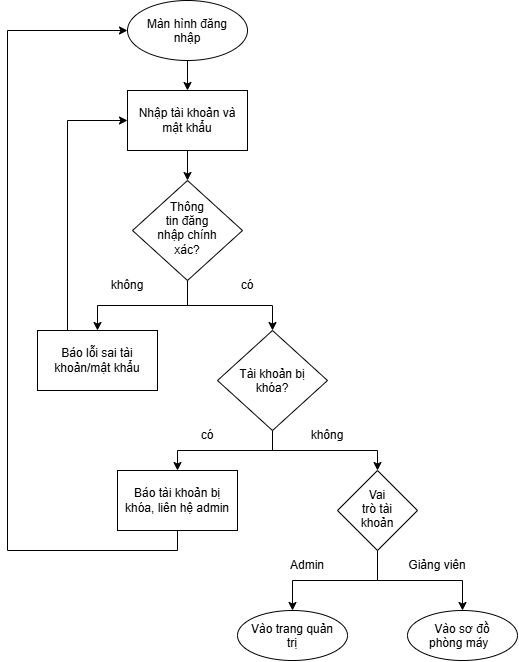
This is Chart/Workflow/wf đăng nhập.drawio.png from minhhieu25/dau-computer-lab-management, a draw.io export, as it was before one commit. Source tidied: cells renumbered, new cells last; positions are measured from the earlier drawing's top-left corner, leaving out a move shared by most shapes. Source of this version:
```xml
<mxGraphModel>
  <root>
    <mxCell id="0" />
    <mxCell id="1" parent="0" />
    <mxCell id="2" style="edgeStyle=orthogonalEdgeStyle;rounded=0;jettySize=auto;html=1;exitX=0.5;exitY=1;exitDx=0;exitDy=0;entryX=0.5;entryY=0;entryDx=0;entryDy=0;defaultLabelBackgroundColor=gap;" parent="1" edge="1" source="3" target="5">
      <mxGeometry relative="1" as="geometry" />
    </mxCell>
    <mxCell id="3" value="Màn hình đăng nhập" style="ellipse;whiteSpace=wrap;html=1;shapeInside=1;" parent="1" vertex="1">
      <mxGeometry x="120" width="120" height="60" as="geometry" />
    </mxCell>
    <mxCell id="4" style="edgeStyle=orthogonalEdgeStyle;rounded=0;jettySize=auto;html=1;exitX=0.5;exitY=1;exitDx=0;exitDy=0;entryX=0.5;entryY=0;entryDx=0;entryDy=0;defaultLabelBackgroundColor=gap;" parent="1" edge="1" source="5" target="8">
      <mxGeometry relative="1" as="geometry" />
    </mxCell>
    <mxCell id="5" value="Nhập tài khoản và mật khẩu" style="rounded=0;whiteSpace=wrap;html=1;" parent="1" vertex="1">
      <mxGeometry x="120" y="90" width="120" height="60" as="geometry" />
    </mxCell>
    <mxCell id="6" style="edgeStyle=orthogonalEdgeStyle;rounded=0;jettySize=auto;html=1;exitX=0.5;exitY=1;exitDx=0;exitDy=0;entryX=0.5;entryY=0;entryDx=0;entryDy=0;defaultLabelBackgroundColor=gap;" parent="1" edge="1" source="8" target="10">
      <mxGeometry relative="1" as="geometry" />
    </mxCell>
    <mxCell id="7" style="edgeStyle=orthogonalEdgeStyle;rounded=0;jettySize=auto;html=1;exitX=0.5;exitY=1;exitDx=0;exitDy=0;entryX=0.5;entryY=0;entryDx=0;entryDy=0;defaultLabelBackgroundColor=gap;" parent="1" edge="1" source="8" target="15">
      <mxGeometry relative="1" as="geometry" />
    </mxCell>
    <mxCell id="8" value="Thông tin đăng nhập chính xác?" style="rhombus;whiteSpace=wrap;html=1;shapeInside=1;" parent="1" vertex="1">
      <mxGeometry x="125" y="180" width="110" height="100" as="geometry" />
    </mxCell>
    <mxCell id="9" style="edgeStyle=orthogonalEdgeStyle;rounded=0;jettySize=auto;html=1;exitX=0.25;exitY=0;exitDx=0;exitDy=0;entryX=0;entryY=0.5;entryDx=0;entryDy=0;defaultLabelBackgroundColor=gap;" parent="1" edge="1" source="10" target="5">
      <mxGeometry relative="1" as="geometry" />
    </mxCell>
    <mxCell id="10" value="Báo lỗi sai tài khoản/mật khẩu" style="rounded=0;whiteSpace=wrap;html=1;" parent="1" vertex="1">
      <mxGeometry x="30" y="330" width="120" height="60" as="geometry" />
    </mxCell>
    <mxCell id="11" value="không" style="text;html=1;whiteSpace=wrap;strokeColor=none;fillColor=none;align=center;verticalAlign=middle;rounded=0;" parent="1" vertex="1">
      <mxGeometry x="90" y="270" width="60" height="30" as="geometry" />
    </mxCell>
    <mxCell id="12" value="có" style="text;html=1;whiteSpace=wrap;strokeColor=none;fillColor=none;align=center;verticalAlign=middle;rounded=0;" parent="1" vertex="1">
      <mxGeometry x="210" y="270" width="60" height="30" as="geometry" />
    </mxCell>
    <mxCell id="13" style="edgeStyle=orthogonalEdgeStyle;rounded=0;jettySize=auto;html=1;exitX=0.5;exitY=1;exitDx=0;exitDy=0;defaultLabelBackgroundColor=gap;entryX=0.5;entryY=0;entryDx=0;entryDy=0;" parent="1" edge="1" source="15" target="19">
      <mxGeometry relative="1" as="geometry" />
    </mxCell>
    <mxCell id="14" style="edgeStyle=orthogonalEdgeStyle;rounded=0;jettySize=auto;html=1;exitX=0.5;exitY=1;exitDx=0;exitDy=0;defaultLabelBackgroundColor=gap;entryX=0.5;entryY=0;entryDx=0;entryDy=0;" parent="1" edge="1" source="15" target="26">
      <mxGeometry x="-0.37" relative="1" as="geometry" />
    </mxCell>
    <mxCell id="15" value="Tài khoản bị khóa?" style="rhombus;whiteSpace=wrap;html=1;shapeInside=1;" parent="1" vertex="1">
      <mxGeometry x="210" y="330" width="110" height="100" as="geometry" />
    </mxCell>
    <mxCell id="16" value="có" style="text;html=1;whiteSpace=wrap;strokeColor=none;fillColor=none;align=center;verticalAlign=middle;rounded=0;" parent="1" vertex="1">
      <mxGeometry x="170" y="420" width="60" height="30" as="geometry" />
    </mxCell>
    <mxCell id="17" value="không" style="text;html=1;whiteSpace=wrap;strokeColor=none;fillColor=none;align=center;verticalAlign=middle;rounded=0;" parent="1" vertex="1">
      <mxGeometry x="290" y="420" width="60" height="30" as="geometry" />
    </mxCell>
    <mxCell id="18" style="edgeStyle=orthogonalEdgeStyle;rounded=0;jettySize=auto;html=1;exitX=0.5;exitY=1;exitDx=0;exitDy=0;entryX=0;entryY=0.5;entryDx=0;entryDy=0;defaultLabelBackgroundColor=gap;" parent="1" edge="1" source="19" target="3">
      <mxGeometry x="-0.09" relative="1" as="geometry">
        <Array as="points">
          <mxPoint x="170" y="550" />
          <mxPoint y="550" />
          <mxPoint y="30" />
        </Array>
      </mxGeometry>
    </mxCell>
    <mxCell id="19" value="Báo tài khoản bị khóa, liên hệ admin" style="rounded=0;whiteSpace=wrap;html=1;" parent="1" vertex="1">
      <mxGeometry x="110" y="470" width="120" height="60" as="geometry" />
    </mxCell>
    <mxCell id="20" value="Admin" style="text;html=1;whiteSpace=wrap;strokeColor=none;fillColor=none;align=center;verticalAlign=middle;rounded=0;" parent="1" vertex="1">
      <mxGeometry x="270" y="550" width="60" height="30" as="geometry" />
    </mxCell>
    <mxCell id="21" value="Giảng viên" style="text;html=1;whiteSpace=wrap;strokeColor=none;fillColor=none;align=center;verticalAlign=middle;rounded=0;" parent="1" vertex="1">
      <mxGeometry x="400" y="550" width="60" height="30" as="geometry" />
    </mxCell>
    <mxCell id="22" value="Vào trang quản trị" style="ellipse;whiteSpace=wrap;html=1;shapeInside=1;" parent="1" vertex="1">
      <mxGeometry x="230" y="610" width="110" height="50" as="geometry" />
    </mxCell>
    <mxCell id="23" value="Vào sơ đồ phòng máy&amp;nbsp;&amp;nbsp;" style="ellipse;whiteSpace=wrap;html=1;shapeInside=1;" parent="1" vertex="1">
      <mxGeometry x="400" y="610" width="110" height="50" as="geometry" />
    </mxCell>
    <mxCell id="24" style="edgeStyle=orthogonalEdgeStyle;rounded=0;jettySize=auto;html=1;exitX=0.5;exitY=1;exitDx=0;exitDy=0;entryX=0.5;entryY=0;entryDx=0;entryDy=0;defaultLabelBackgroundColor=gap;" parent="1" edge="1" source="26" target="22">
      <mxGeometry relative="1" as="geometry" />
    </mxCell>
    <mxCell id="25" style="edgeStyle=orthogonalEdgeStyle;rounded=0;jettySize=auto;html=1;exitX=0.5;exitY=1;exitDx=0;exitDy=0;entryX=0.5;entryY=0;entryDx=0;entryDy=0;defaultLabelBackgroundColor=gap;" parent="1" edge="1" source="26" target="23">
      <mxGeometry relative="1" as="geometry" />
    </mxCell>
    <mxCell id="26" value="Vai trò tài khoản" style="rhombus;whiteSpace=wrap;html=1;shapeInside=1;" parent="1" vertex="1">
      <mxGeometry x="330" y="470" width="80" height="80" as="geometry" />
    </mxCell>
  </root>
</mxGraphModel>
```
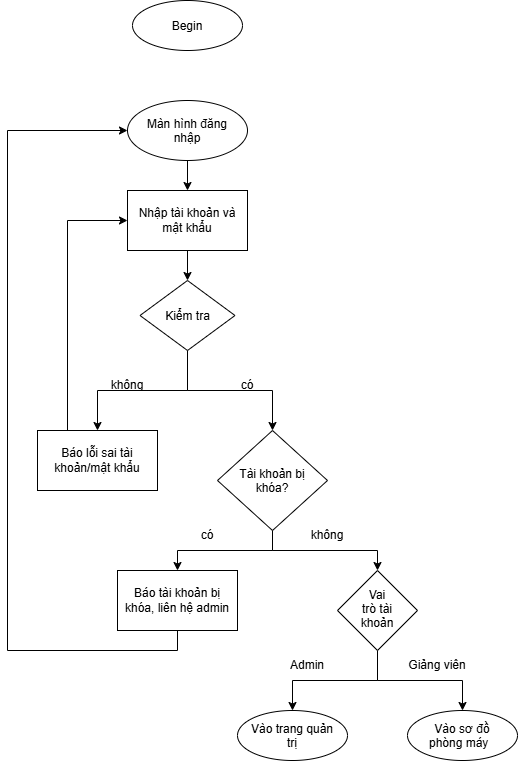
After the commit.

What changed in the source:
```diff
@@ -20,8 +20,8 @@
     <mxCell id="7" style="edgeStyle=orthogonalEdgeStyle;rounded=0;jettySize=auto;html=1;exitX=0.5;exitY=1;exitDx=0;exitDy=0;entryX=0.5;entryY=0;entryDx=0;entryDy=0;defaultLabelBackgroundColor=gap;" parent="1" edge="1" source="8" target="15">
       <mxGeometry relative="1" as="geometry" />
     </mxCell>
-    <mxCell id="8" value="Thông tin đăng nhập chính xác?" style="rhombus;whiteSpace=wrap;html=1;shapeInside=1;" parent="1" vertex="1">
-      <mxGeometry x="125" y="180" width="110" height="100" as="geometry" />
+    <mxCell id="8" value="Kiểm tra" style="rhombus;whiteSpace=wrap;html=1;shapeInside=1;" parent="1" vertex="1">
+      <mxGeometry x="132.5" y="180" width="95" height="70" as="geometry" />
     </mxCell>
     <mxCell id="9" style="edgeStyle=orthogonalEdgeStyle;rounded=0;jettySize=auto;html=1;exitX=0.25;exitY=0;exitDx=0;exitDy=0;entryX=0;entryY=0.5;entryDx=0;entryDy=0;defaultLabelBackgroundColor=gap;" parent="1" edge="1" source="10" target="5">
       <mxGeometry relative="1" as="geometry" />
@@ -83,5 +83,8 @@
     <mxCell id="26" value="Vai trò tài khoản" style="rhombus;whiteSpace=wrap;html=1;shapeInside=1;" parent="1" vertex="1">
       <mxGeometry x="330" y="470" width="80" height="80" as="geometry" />
     </mxCell>
+    <mxCell id="27" value="Begin&lt;div&gt;&lt;br/&gt;&lt;/div&gt;" style="ellipse;whiteSpace=wrap;html=1;shapeInside=1;" parent="1" vertex="1">
+      <mxGeometry x="125" y="-100" width="110" height="50" as="geometry" />
+    </mxCell>
   </root>
 </mxGraphModel>
```
